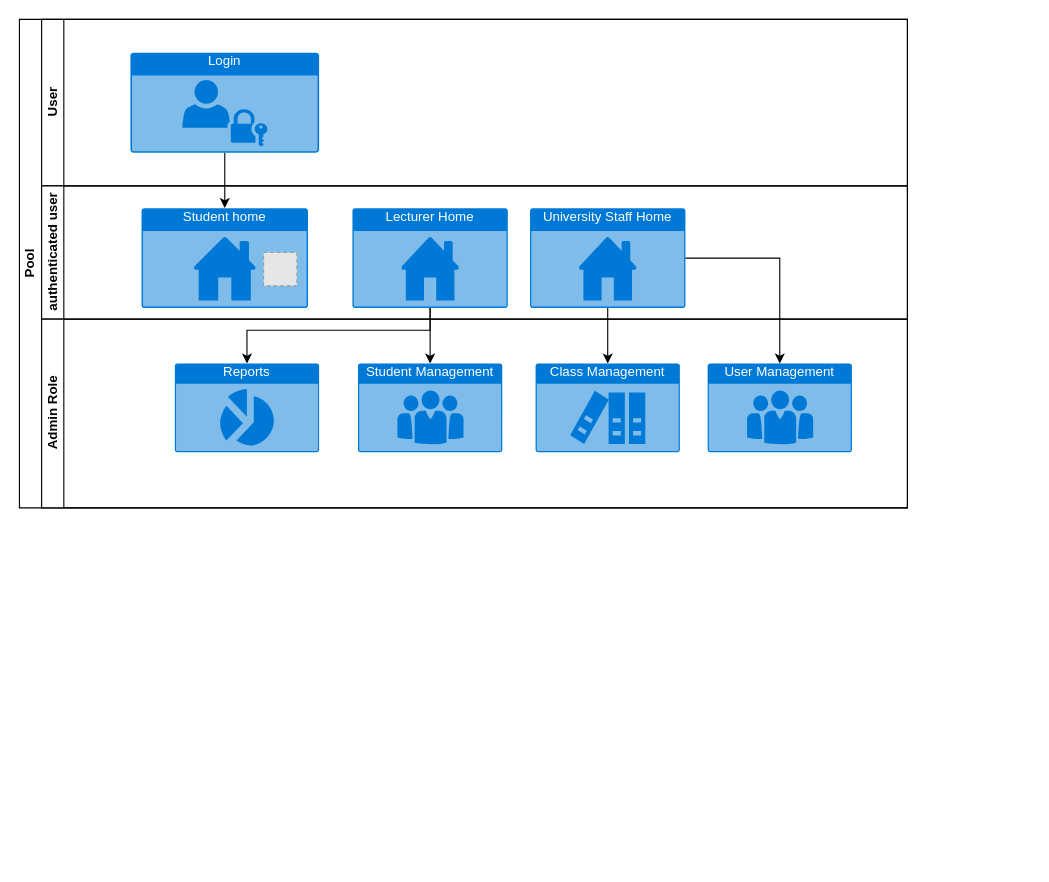
The draw.io diagram page "Sitemap" (2 of 7) of project-diagrams.drawio in aleon1220/multi-cloud-WebApp-Attendance, before the edit. Source tidied: cells renumbered, new cells numbered last; positions are measured from the earlier drawing's top-left corner, leaving out a move shared by most shapes. Both pictures are drawn from the tidied source at 111%, with x=0, y=0 at pixel (19, 19). Pictures stored in the file or linked from it are replaced by grey dashed boxes.
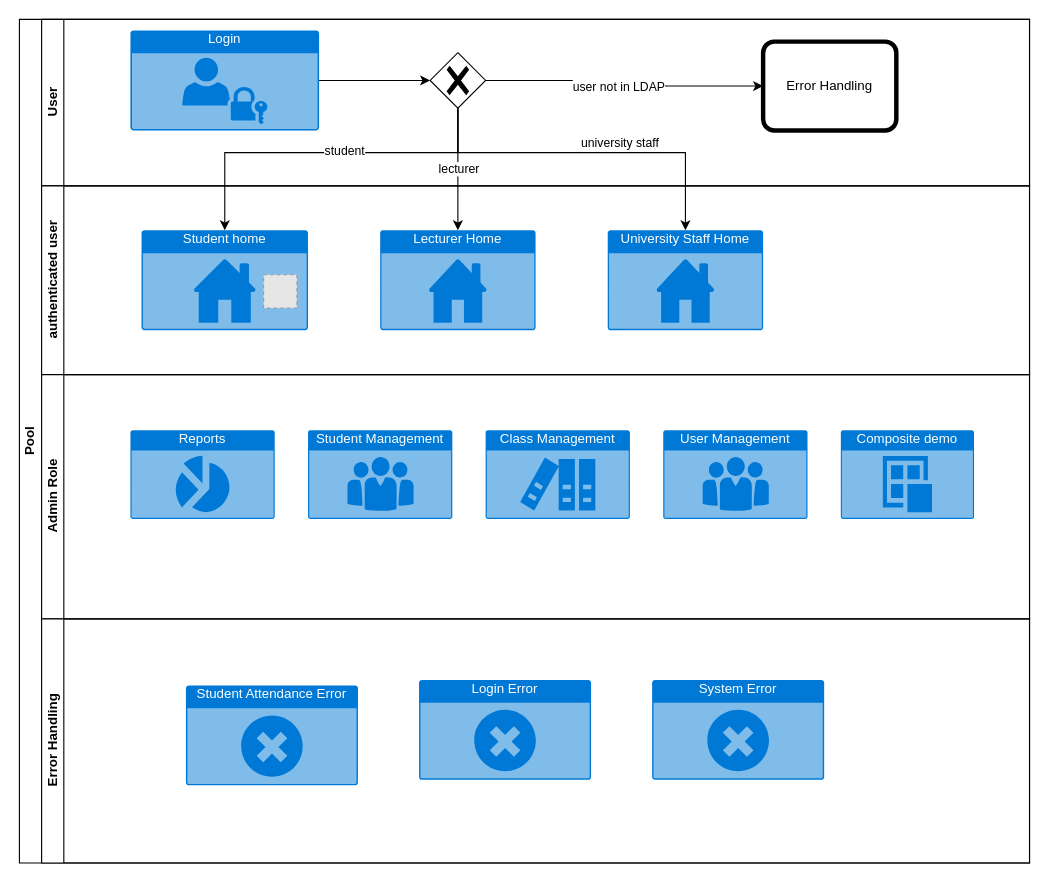
Above is the later version.

The change refers to these unchanged cells:
```xml
<mxCell id="6" value="Student home" style="html=1;whiteSpace=wrap;strokeColor=none;fillColor=#0079D6;labelPosition=center;verticalLabelPosition=middle;verticalAlign=top;align=center;fontSize=12;outlineConnect=0;spacingTop=-6;fontColor=#FFFFFF;sketch=0;shape=mxgraph.sitemap.home;" parent="5" vertex="1">
  <mxGeometry width="150" height="90" as="geometry" />
</mxCell>
```

What changed in the source:
```diff
@@
     <mxCell id="2" value="Pool" style="swimlane;html=1;horizontal=0;startSize=20;whiteSpace=wrap;" parent="1" vertex="1">
-      <mxGeometry width="800" height="440" as="geometry" />
+      <mxGeometry width="910" height="760" as="geometry" />
     </mxCell>
     <mxCell id="3" value="User" style="swimlane;html=1;startSize=20;horizontal=0;" parent="2" vertex="1">
-      <mxGeometry x="20" width="780" height="150" as="geometry" />
+      <mxGeometry x="20" width="890" height="150" as="geometry" />
     </mxCell>
+    <mxCell id="21" style="edgeStyle=orthogonalEdgeStyle;rounded=0;jettySize=auto;html=1;entryX=0;entryY=0.5;entryDx=0;entryDy=0;entryPerimeter=0;" parent="3" edge="1" source="23" target="24">
+      <mxGeometry relative="1" as="geometry" />
+    </mxCell>
+    <mxCell id="22" value="user not in LDAP" style="edgeLabel;html=1;align=center;verticalAlign=middle;" parent="21" vertex="1">
+      <mxGeometry x="0.16" y="1" relative="1" as="geometry">
+        <mxPoint x="-24" y="1" as="offset" />
+      </mxGeometry>
+    </mxCell>
+    <mxCell id="23" style="points=[[0.25,0.25,0],[0.5,0,0],[0.75,0.25,0],[1,0.5,0],[0.75,0.75,0],[0.5,1,0],[0.25,0.75,0],[0,0.5,0]];shape=mxgraph.bpmn.gateway2;html=1;verticalLabelPosition=bottom;labelBackgroundColor=#ffffff;verticalAlign=top;align=center;perimeter=rhombusPerimeter;outlineConnect=0;outline=none;symbol=none;gwType=exclusive;" parent="3" vertex="1">
+      <mxGeometry x="350" y="30" width="50" height="50" as="geometry" />
+    </mxCell>
+    <mxCell id="24" value="Error Handling" style="points=[[0.25,0,0],[0.5,0,0],[0.75,0,0],[1,0.25,0],[1,0.5,0],[1,0.75,0],[0.75,1,0],[0.5,1,0],[0.25,1,0],[0,0.75,0],[0,0.5,0],[0,0.25,0]];shape=mxgraph.bpmn.task;whiteSpace=wrap;rectStyle=rounded;size=10;html=1;bpmnShapeType=call;" parent="3" vertex="1">
+      <mxGeometry x="650" y="20" width="120" height="80" as="geometry" />
+    </mxCell>
+    <mxCell id="20" value="Login" style="html=1;whiteSpace=wrap;strokeColor=none;fillColor=#0079D6;labelPosition=center;verticalLabelPosition=middle;verticalAlign=top;align=center;fontSize=12;outlineConnect=0;spacingTop=-6;fontColor=#FFFFFF;sketch=0;shape=mxgraph.sitemap.login;" parent="3" vertex="1">
+      <mxGeometry x="80" y="10" width="170" height="90" as="geometry" />
+    </mxCell>
+    <mxCell id="25" style="edgeStyle=orthogonalEdgeStyle;rounded=0;jettySize=auto;html=1;entryX=0;entryY=0.5;entryDx=0;entryDy=0;entryPerimeter=0;" parent="3" edge="1" source="20" target="23">
+      <mxGeometry relative="1" as="geometry" />
+    </mxCell>
     <mxCell id="4" value="authenticated user" style="swimlane;html=1;startSize=20;horizontal=0;" parent="2" vertex="1">
-      <mxGeometry x="20" y="150" width="780" height="120" as="geometry" />
+      <mxGeometry x="20" y="150" width="890" height="170" as="geometry" />
     </mxCell>
+    <mxCell id="8" value="Lecturer Home" style="html=1;whiteSpace=wrap;strokeColor=none;fillColor=#0079D6;labelPosition=center;verticalLabelPosition=middle;verticalAlign=top;align=center;fontSize=12;outlineConnect=0;spacingTop=-6;fontColor=#FFFFFF;sketch=0;shape=mxgraph.sitemap.home;" parent="4" vertex="1">
+      <mxGeometry x="305" y="40" width="140" height="90" as="geometry" />
+    </mxCell>
+    <mxCell id="9" value="University Staff Home" style="html=1;whiteSpace=wrap;strokeColor=none;fillColor=#0079D6;labelPosition=center;verticalLabelPosition=middle;verticalAlign=top;align=center;fontSize=12;outlineConnect=0;spacingTop=-6;fontColor=#FFFFFF;sketch=0;shape=mxgraph.sitemap.home;" parent="4" vertex="1">
+      <mxGeometry x="510" y="40" width="140" height="90" as="geometry" />
+    </mxCell>
     <mxCell id="5" style="group;" parent="4" vertex="1">
-      <mxGeometry x="90" y="20" width="150" height="90" as="geometry" />
+      <mxGeometry x="90" y="40" width="150" height="90" as="geometry" />
     </mxCell>
@@
-    <mxCell id="8" value="Lecturer Home" style="html=1;whiteSpace=wrap;strokeColor=none;fillColor=#0079D6;labelPosition=center;verticalLabelPosition=middle;verticalAlign=top;align=center;fontSize=12;outlineConnect=0;spacingTop=-6;fontColor=#FFFFFF;sketch=0;shape=mxgraph.sitemap.home;" parent="4" vertex="1">
-      <mxGeometry x="280" y="20" width="140" height="90" as="geometry" />
-    </mxCell>
-    <mxCell id="9" value="University Staff Home" style="html=1;whiteSpace=wrap;strokeColor=none;fillColor=#0079D6;labelPosition=center;verticalLabelPosition=middle;verticalAlign=top;align=center;fontSize=12;outlineConnect=0;spacingTop=-6;fontColor=#FFFFFF;sketch=0;shape=mxgraph.sitemap.home;" parent="4" vertex="1">
-      <mxGeometry x="440" y="20" width="140" height="90" as="geometry" />
-    </mxCell>
     <mxCell id="10" value="Admin Role" style="swimlane;html=1;startSize=20;horizontal=0;" parent="2" vertex="1">
-      <mxGeometry x="20" y="270" width="780" height="170" as="geometry" />
+      <mxGeometry x="20" y="320" width="890" height="220" as="geometry" />
     </mxCell>
     <mxCell id="11" value="Reports" style="html=1;whiteSpace=wrap;strokeColor=none;fillColor=#0079D6;labelPosition=center;verticalLabelPosition=middle;verticalAlign=top;align=center;fontSize=12;outlineConnect=0;spacingTop=-6;fontColor=#FFFFFF;sketch=0;shape=mxgraph.sitemap.chart;" parent="10" vertex="1">
-      <mxGeometry x="120" y="40" width="130" height="80" as="geometry" />
+      <mxGeometry x="80" y="50" width="130" height="80" as="geometry" />
     </mxCell>
     <mxCell id="12" value="User Management" style="html=1;whiteSpace=wrap;strokeColor=none;fillColor=#0079D6;labelPosition=center;verticalLabelPosition=middle;verticalAlign=top;align=center;fontSize=12;outlineConnect=0;spacingTop=-6;fontColor=#FFFFFF;sketch=0;shape=mxgraph.sitemap.about_us;" parent="10" vertex="1">
-      <mxGeometry x="600" y="40" width="130" height="80" as="geometry" />
+      <mxGeometry x="560" y="50" width="130" height="80" as="geometry" />
     </mxCell>
     <mxCell id="13" value="Student Management" style="html=1;whiteSpace=wrap;strokeColor=none;fillColor=#0079D6;labelPosition=center;verticalLabelPosition=middle;verticalAlign=top;align=center;fontSize=12;outlineConnect=0;spacingTop=-6;fontColor=#FFFFFF;sketch=0;shape=mxgraph.sitemap.about_us;" parent="10" vertex="1">
-      <mxGeometry x="285" y="40" width="130" height="80" as="geometry" />
+      <mxGeometry x="240" y="50" width="130" height="80" as="geometry" />
     </mxCell>
     <mxCell id="14" value="Class Management" style="html=1;whiteSpace=wrap;strokeColor=none;fillColor=#0079D6;labelPosition=center;verticalLabelPosition=middle;verticalAlign=top;align=center;fontSize=12;outlineConnect=0;spacingTop=-6;fontColor=#FFFFFF;sketch=0;shape=mxgraph.sitemap.references;" parent="10" vertex="1">
-      <mxGeometry x="445" y="40" width="130" height="80" as="geometry" />
+      <mxGeometry x="400" y="50" width="130" height="80" as="geometry" />
     </mxCell>
-    <mxCell id="15" style="edgeStyle=orthogonalEdgeStyle;rounded=0;jettySize=auto;html=1;" parent="2" edge="1" source="8" target="13">
-      <mxGeometry relative="1" as="geometry" />
-    </mxCell>
-    <mxCell id="16" style="edgeStyle=orthogonalEdgeStyle;rounded=0;jettySize=auto;html=1;" parent="2" edge="1" source="8" target="11">
-      <mxGeometry relative="1" as="geometry">
-        <Array as="points">
-          <mxPoint x="370" y="280" />
-          <mxPoint x="205" y="280" />
-        </Array>
-      </mxGeometry>
-    </mxCell>
-    <mxCell id="17" style="edgeStyle=orthogonalEdgeStyle;rounded=0;jettySize=auto;html=1;entryX=0.5;entryY=0;entryDx=0;entryDy=0;entryPerimeter=0;" parent="2" edge="1" source="9" target="14">
-      <mxGeometry relative="1" as="geometry" />
-    </mxCell>
-    <mxCell id="18" style="edgeStyle=orthogonalEdgeStyle;rounded=0;jettySize=auto;html=1;" parent="2" edge="1" source="9" target="12">
-      <mxGeometry relative="1" as="geometry" />
-    </mxCell>
+    <mxCell id="26" value="Composite demo" style="html=1;whiteSpace=wrap;strokeColor=none;fillColor=#0079D6;labelPosition=center;verticalLabelPosition=middle;verticalAlign=top;align=center;fontSize=12;spacingTop=-6;fontColor=#FFFFFF;sketch=0;shape=mxgraph.sitemap.post;" parent="10" vertex="1">
+      <mxGeometry x="720" y="50" width="120" height="80" as="geometry" />
+    </mxCell>
-    <mxCell id="19" style="edgeStyle=orthogonalEdgeStyle;rounded=0;jettySize=auto;html=1;" parent="1" edge="1" source="20" target="6">
-      <mxGeometry relative="1" as="geometry" />
+    <mxCell id="19" style="edgeStyle=orthogonalEdgeStyle;rounded=0;jettySize=auto;html=1;exitX=0.5;exitY=1;exitDx=0;exitDy=0;exitPerimeter=0;" parent="2" edge="1" source="23" target="6">
+      <mxGeometry relative="1" as="geometry">
+        <Array as="points">
+          <mxPoint x="395" y="120" />
+          <mxPoint x="185" y="120" />
+        </Array>
+      </mxGeometry>
     </mxCell>
-    <mxCell id="20" value="Login" style="html=1;whiteSpace=wrap;strokeColor=none;fillColor=#0079D6;labelPosition=center;verticalLabelPosition=middle;verticalAlign=top;align=center;fontSize=12;outlineConnect=0;spacingTop=-6;fontColor=#FFFFFF;sketch=0;shape=mxgraph.sitemap.login;" parent="1" vertex="1">
-      <mxGeometry x="100" y="30" width="170" height="90" as="geometry" />
-    </mxCell>
+    <mxCell id="27" value="student" style="edgeLabel;html=1;align=center;verticalAlign=middle;" parent="19" vertex="1">
+      <mxGeometry x="-0.34" y="-2" relative="1" as="geometry">
+        <mxPoint x="-37" as="offset" />
+      </mxGeometry>
+    </mxCell>
+    <mxCell id="28" style="edgeStyle=orthogonalEdgeStyle;rounded=0;jettySize=auto;html=1;" parent="2" edge="1" source="23" target="8">
+      <mxGeometry relative="1" as="geometry" />
+    </mxCell>
+    <mxCell id="29" value="lecturer" style="edgeLabel;html=1;align=center;verticalAlign=middle;" parent="28" vertex="1">
+      <mxGeometry x="-0.56" y="2" relative="1" as="geometry">
+        <mxPoint x="-2" y="30" as="offset" />
+      </mxGeometry>
+    </mxCell>
+    <mxCell id="30" style="edgeStyle=orthogonalEdgeStyle;rounded=0;jettySize=auto;html=1;exitX=0.5;exitY=1;exitDx=0;exitDy=0;exitPerimeter=0;" parent="2" edge="1" source="23" target="9">
+      <mxGeometry relative="1" as="geometry">
+        <Array as="points">
+          <mxPoint x="395" y="120" />
+          <mxPoint x="600" y="120" />
+        </Array>
+      </mxGeometry>
+    </mxCell>
+    <mxCell id="31" value="university staff" style="edgeLabel;html=1;align=center;verticalAlign=middle;" parent="30" vertex="1">
+      <mxGeometry x="0.4" y="-2" relative="1" as="geometry">
+        <mxPoint x="-36" y="-12" as="offset" />
+      </mxGeometry>
+    </mxCell>
+    <mxCell id="32" value="Error Handling" style="swimlane;html=1;startSize=20;horizontal=0;" parent="2" vertex="1">
+      <mxGeometry x="20" y="540" width="890" height="220" as="geometry" />
+    </mxCell>
+    <mxCell id="33" value="Login Error" style="html=1;whiteSpace=wrap;strokeColor=none;fillColor=#0079D6;labelPosition=center;verticalLabelPosition=middle;verticalAlign=top;align=center;fontSize=12;spacingTop=-6;fontColor=#FFFFFF;sketch=0;shape=mxgraph.sitemap.error;" parent="32" vertex="1">
+      <mxGeometry x="340" y="55" width="155" height="90" as="geometry" />
+    </mxCell>
+    <mxCell id="34" value="Student Attendance Error" style="html=1;whiteSpace=wrap;strokeColor=none;fillColor=#0079D6;labelPosition=center;verticalLabelPosition=middle;verticalAlign=top;align=center;fontSize=12;spacingTop=-6;fontColor=#FFFFFF;sketch=0;shape=mxgraph.sitemap.error;" parent="32" vertex="1">
+      <mxGeometry x="130" y="60" width="155" height="90" as="geometry" />
+    </mxCell>
+    <mxCell id="35" value="System Error" style="html=1;whiteSpace=wrap;strokeColor=none;fillColor=#0079D6;labelPosition=center;verticalLabelPosition=middle;verticalAlign=top;align=center;fontSize=12;spacingTop=-6;fontColor=#FFFFFF;sketch=0;shape=mxgraph.sitemap.error;" parent="32" vertex="1">
+      <mxGeometry x="550" y="55" width="155" height="90" as="geometry" />
+    </mxCell>
```
